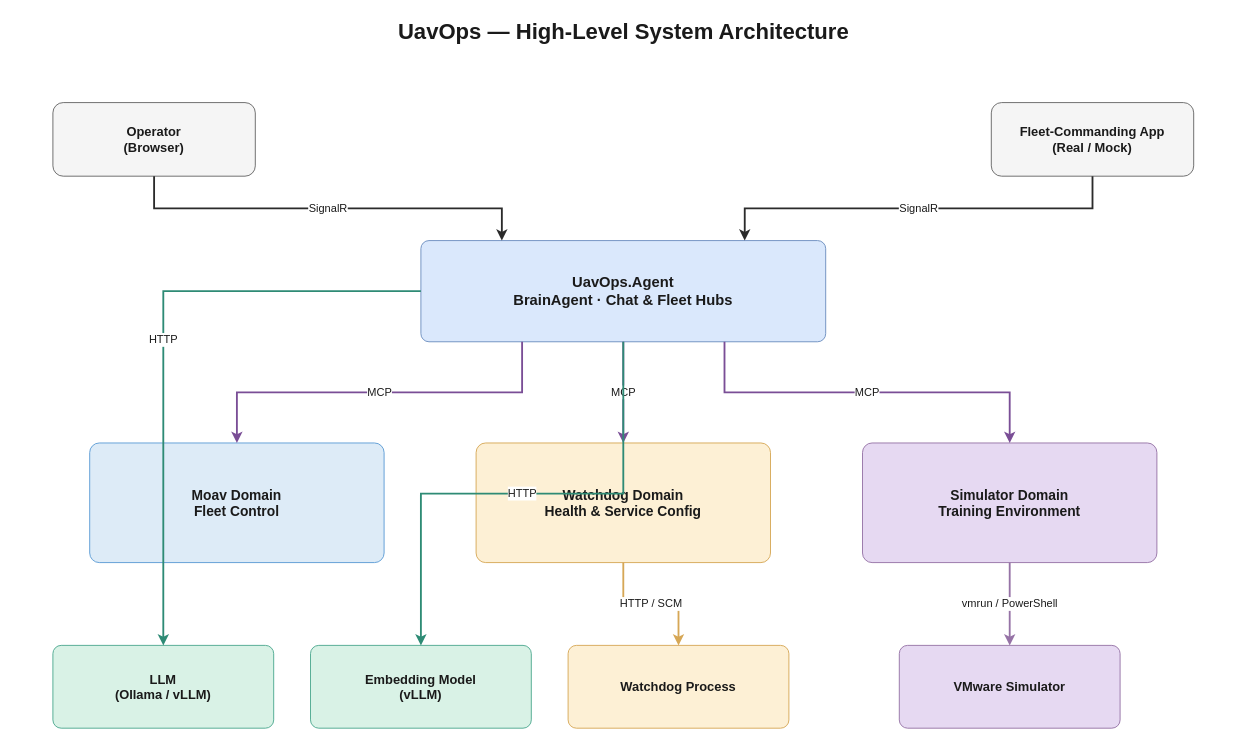
Before: docs/architecture.drawio in David-Mordechai/UavOps, a draw.io diagram. Source tidied: cells renumbered, new cells numbered last; positions are measured from the earlier drawing's top-left corner, leaving out a move shared by most shapes. Both pictures are drawn from the tidied source at 92%, with x=0, y=0 at pixel (16, 16).
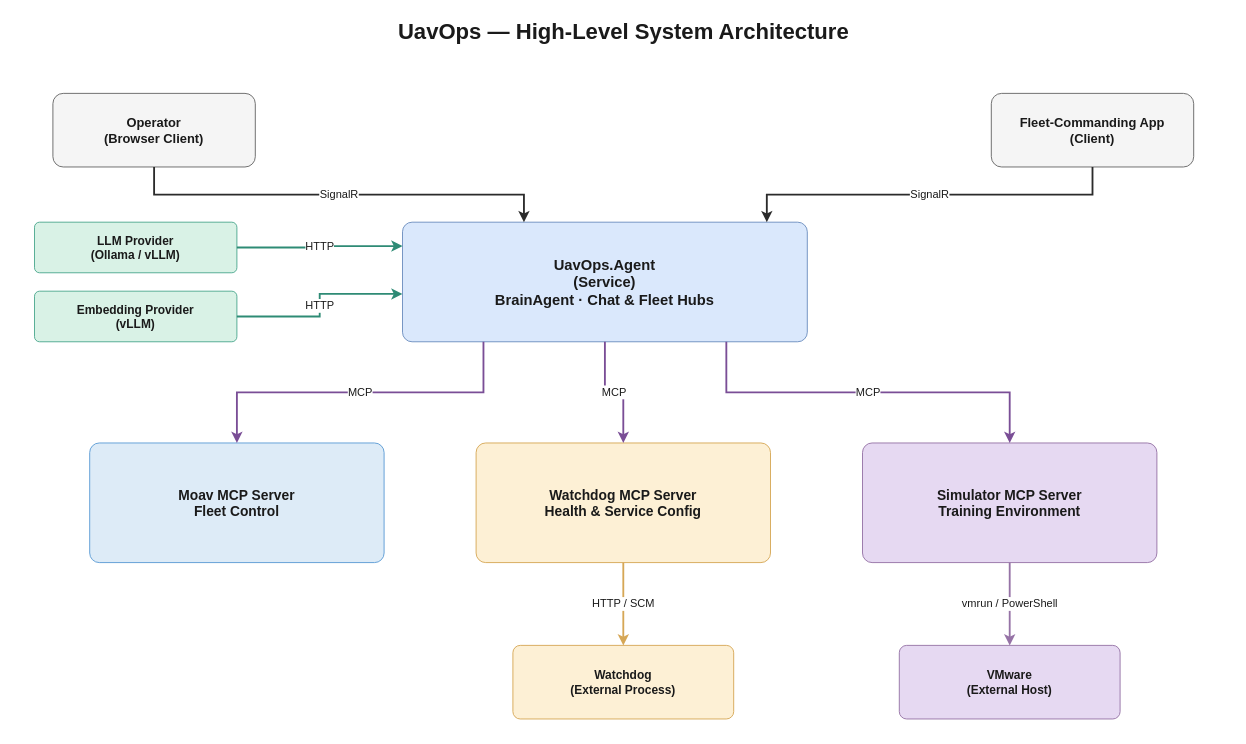
The same page after the edit.

Commit message:
Label components by type and reroute edges to avoid crossing other boxes

- UavOps.Agent now labeled "(Service)"; each domain server now explicitly
  labeled "<Domain> MCP Server" instead of just the domain name.
- Moved the LLM/embedding provider boxes beside the host (own horizontal
  lane) instead of below the MCP-server row, and aligned each external
  system directly under its own MCP server - both changes were needed
  because the previous layout routed edges straight through unrelated
  domain boxes.

What changed in the source:
```diff
@@
-    <mxCell id="3" value="Operator&#10;(Browser)" style="rounded=1;whiteSpace=wrap;html=1;fillColor=light-dark(#F5F5F5,#2B2B2B);strokeColor=light-dark(#666666,#AAAAAA);fontColor=light-dark(#1A1A1A,#F0F0F0);fontSize=14;fontStyle=1;arcSize=14;" parent="1" vertex="1">
-      <mxGeometry x="40" y="94" width="220" height="80" as="geometry" />
+    <mxCell id="3" value="Operator&#10;(Browser Client)" style="rounded=1;whiteSpace=wrap;html=1;fillColor=light-dark(#F5F5F5,#2B2B2B);strokeColor=light-dark(#666666,#AAAAAA);fontColor=light-dark(#1A1A1A,#F0F0F0);fontSize=14;fontStyle=1;arcSize=14;" parent="1" vertex="1">
+      <mxGeometry x="40" y="84" width="220" height="80" as="geometry" />
     </mxCell>
-    <mxCell id="4" value="Fleet-Commanding App&#10;(Real / Mock)" style="rounded=1;whiteSpace=wrap;html=1;fillColor=light-dark(#F5F5F5,#2B2B2B);strokeColor=light-dark(#666666,#AAAAAA);fontColor=light-dark(#1A1A1A,#F0F0F0);fontSize=14;fontStyle=1;arcSize=14;" parent="1" vertex="1">
-      <mxGeometry x="1060" y="94" width="220" height="80" as="geometry" />
+    <mxCell id="4" value="Fleet-Commanding App&#10;(Client)" style="rounded=1;whiteSpace=wrap;html=1;fillColor=light-dark(#F5F5F5,#2B2B2B);strokeColor=light-dark(#666666,#AAAAAA);fontColor=light-dark(#1A1A1A,#F0F0F0);fontSize=14;fontStyle=1;arcSize=14;" parent="1" vertex="1">
+      <mxGeometry x="1060" y="84" width="220" height="80" as="geometry" />
     </mxCell>
+    <mxCell id="9" value="LLM Provider&#10;(Ollama / vLLM)" style="rounded=1;whiteSpace=wrap;html=1;fillColor=light-dark(#D9F2E6,#1F4A3D);strokeColor=light-dark(#4DA88F,#7FD9BE);fontColor=light-dark(#1A1A1A,#F5F5F5);fontSize=13;fontStyle=1;arcSize=10;" parent="1" vertex="1">
+      <mxGeometry x="20" y="224" width="220" height="55" as="geometry" />
+    </mxCell>
+    <mxCell id="10" value="Embedding Provider&#10;(vLLM)" style="rounded=1;whiteSpace=wrap;html=1;fillColor=light-dark(#D9F2E6,#1F4A3D);strokeColor=light-dark(#4DA88F,#7FD9BE);fontColor=light-dark(#1A1A1A,#F5F5F5);fontSize=13;fontStyle=1;arcSize=10;" parent="1" vertex="1">
+      <mxGeometry x="20" y="299" width="220" height="55" as="geometry" />
+    </mxCell>
-    <mxCell id="5" value="UavOps.Agent&#10;BrainAgent  ·  Chat &amp; Fleet Hubs" style="rounded=1;whiteSpace=wrap;html=1;fillColor=light-dark(#DAE8FC,#1F3A5F);strokeColor=light-dark(#6C8EBF,#8FB4E3);fontColor=light-dark(#1A1A1A,#F5F5F5);fontSize=16;fontStyle=1;arcSize=8;" parent="1" vertex="1">
-      <mxGeometry x="440" y="244" width="440" height="110" as="geometry" />
+    <mxCell id="5" value="UavOps.Agent&#10;(Service)&#10;BrainAgent  ·  Chat &amp; Fleet Hubs" style="rounded=1;whiteSpace=wrap;html=1;fillColor=light-dark(#DAE8FC,#1F3A5F);strokeColor=light-dark(#6C8EBF,#8FB4E3);fontColor=light-dark(#1A1A1A,#F5F5F5);fontSize=16;fontStyle=1;arcSize=8;" parent="1" vertex="1">
+      <mxGeometry x="420" y="224" width="440" height="130" as="geometry" />
     </mxCell>
-    <mxCell id="6" value="Moav Domain&#10;Fleet Control" style="rounded=1;whiteSpace=wrap;html=1;fillColor=light-dark(#DDEBF7,#16324A);strokeColor=light-dark(#5B9BD5,#7FB2E5);fontColor=light-dark(#1A1A1A,#F5F5F5);fontSize=15;fontStyle=1;arcSize=8;" parent="1" vertex="1">
+    <mxCell id="6" value="Moav MCP Server&#10;Fleet Control" style="rounded=1;whiteSpace=wrap;html=1;fillColor=light-dark(#DDEBF7,#16324A);strokeColor=light-dark(#5B9BD5,#7FB2E5);fontColor=light-dark(#1A1A1A,#F5F5F5);fontSize=15;fontStyle=1;arcSize=8;" parent="1" vertex="1">
       <mxGeometry x="80" y="464" width="320" height="130" as="geometry" />
     </mxCell>
-    <mxCell id="7" value="Watchdog Domain&#10;Health &amp; Service Config" style="rounded=1;whiteSpace=wrap;html=1;fillColor=light-dark(#FDF0D5,#4A3B1F);strokeColor=light-dark(#D6A756,#E8C077);fontColor=light-dark(#1A1A1A,#F5F5F5);fontSize=15;fontStyle=1;arcSize=8;" parent="1" vertex="1">
+    <mxCell id="7" value="Watchdog MCP Server&#10;Health &amp; Service Config" style="rounded=1;whiteSpace=wrap;html=1;fillColor=light-dark(#FDF0D5,#4A3B1F);strokeColor=light-dark(#D6A756,#E8C077);fontColor=light-dark(#1A1A1A,#F5F5F5);fontSize=15;fontStyle=1;arcSize=8;" parent="1" vertex="1">
       <mxGeometry x="500" y="464" width="320" height="130" as="geometry" />
     </mxCell>
-    <mxCell id="8" value="Simulator Domain&#10;Training Environment" style="rounded=1;whiteSpace=wrap;html=1;fillColor=light-dark(#E6D9F2,#3B2A55);strokeColor=light-dark(#9673A6,#C6A8DE);fontColor=light-dark(#1A1A1A,#F5F5F5);fontSize=15;fontStyle=1;arcSize=8;" parent="1" vertex="1">
+    <mxCell id="8" value="Simulator MCP Server&#10;Training Environment" style="rounded=1;whiteSpace=wrap;html=1;fillColor=light-dark(#E6D9F2,#3B2A55);strokeColor=light-dark(#9673A6,#C6A8DE);fontColor=light-dark(#1A1A1A,#F5F5F5);fontSize=15;fontStyle=1;arcSize=8;" parent="1" vertex="1">
       <mxGeometry x="920" y="464" width="320" height="130" as="geometry" />
     </mxCell>
-    <mxCell id="9" value="LLM&#10;(Ollama / vLLM)" style="rounded=1;whiteSpace=wrap;html=1;fillColor=light-dark(#D9F2E6,#1F4A3D);strokeColor=light-dark(#4DA88F,#7FD9BE);fontColor=light-dark(#1A1A1A,#F5F5F5);fontSize=14;fontStyle=1;arcSize=10;" parent="1" vertex="1">
-      <mxGeometry x="40" y="684" width="240" height="90" as="geometry" />
-    </mxCell>
-    <mxCell id="10" value="Embedding Model&#10;(vLLM)" style="rounded=1;whiteSpace=wrap;html=1;fillColor=light-dark(#D9F2E6,#1F4A3D);strokeColor=light-dark(#4DA88F,#7FD9BE);fontColor=light-dark(#1A1A1A,#F5F5F5);fontSize=14;fontStyle=1;arcSize=10;" parent="1" vertex="1">
-      <mxGeometry x="320" y="684" width="240" height="90" as="geometry" />
-    </mxCell>
-    <mxCell id="11" value="Watchdog Process" style="rounded=1;whiteSpace=wrap;html=1;fillColor=light-dark(#FDF0D5,#4A3B1F);strokeColor=light-dark(#D6A756,#E8C077);fontColor=light-dark(#1A1A1A,#F5F5F5);fontSize=14;fontStyle=1;arcSize=10;" parent="1" vertex="1">
-      <mxGeometry x="600" y="684" width="240" height="90" as="geometry" />
+    <mxCell id="11" value="Watchdog&#10;(External Process)" style="rounded=1;whiteSpace=wrap;html=1;fillColor=light-dark(#FDF0D5,#4A3B1F);strokeColor=light-dark(#D6A756,#E8C077);fontColor=light-dark(#1A1A1A,#F5F5F5);fontSize=13;fontStyle=1;arcSize=10;" parent="1" vertex="1">
+      <mxGeometry x="540" y="684" width="240" height="80" as="geometry" />
     </mxCell>
-    <mxCell id="12" value="VMware Simulator" style="rounded=1;whiteSpace=wrap;html=1;fillColor=light-dark(#E6D9F2,#3B2A55);strokeColor=light-dark(#9673A6,#C6A8DE);fontColor=light-dark(#1A1A1A,#F5F5F5);fontSize=14;fontStyle=1;arcSize=10;" parent="1" vertex="1">
-      <mxGeometry x="960" y="684" width="240" height="90" as="geometry" />
+    <mxCell id="12" value="VMware&#10;(External Host)" style="rounded=1;whiteSpace=wrap;html=1;fillColor=light-dark(#E6D9F2,#3B2A55);strokeColor=light-dark(#9673A6,#C6A8DE);fontColor=light-dark(#1A1A1A,#F5F5F5);fontSize=13;fontStyle=1;arcSize=10;" parent="1" vertex="1">
+      <mxGeometry x="960" y="684" width="240" height="80" as="geometry" />
     </mxCell>
-    <mxCell id="13" value="SignalR" style="edgeStyle=orthogonalEdgeStyle;rounded=0;html=1;strokeColor=light-dark(#2B2B2B,#E0E0E0);strokeWidth=2;fontColor=light-dark(#1A1A1A,#F5F5F5);fontSize=12;exitX=0.5;exitY=1;entryX=0.2;entryY=0;" parent="1" edge="1" source="3" target="5">
+    <mxCell id="13" value="SignalR" style="edgeStyle=orthogonalEdgeStyle;rounded=0;html=1;strokeColor=light-dark(#2B2B2B,#E0E0E0);strokeWidth=2;fontColor=light-dark(#1A1A1A,#F5F5F5);fontSize=12;exitX=0.5;exitY=1;entryX=0.3;entryY=0;" parent="1" edge="1" source="3" target="5">
       <mxGeometry relative="1" as="geometry" />
     </mxCell>
-    <mxCell id="14" value="SignalR" style="edgeStyle=orthogonalEdgeStyle;rounded=0;html=1;strokeColor=light-dark(#2B2B2B,#E0E0E0);strokeWidth=2;fontColor=light-dark(#1A1A1A,#F5F5F5);fontSize=12;exitX=0.5;exitY=1;entryX=0.8;entryY=0;" parent="1" edge="1" source="4" target="5">
+    <mxCell id="14" value="SignalR" style="edgeStyle=orthogonalEdgeStyle;rounded=0;html=1;strokeColor=light-dark(#2B2B2B,#E0E0E0);strokeWidth=2;fontColor=light-dark(#1A1A1A,#F5F5F5);fontSize=12;exitX=0.5;exitY=1;entryX=0.9;entryY=0;" parent="1" edge="1" source="4" target="5">
       <mxGeometry relative="1" as="geometry" />
     </mxCell>
+    <mxCell id="18" value="HTTP" style="edgeStyle=orthogonalEdgeStyle;rounded=0;html=1;strokeColor=light-dark(#2E8B75,#7FD9BE);strokeWidth=2;fontColor=light-dark(#1A1A1A,#F5F5F5);fontSize=12;exitX=1;exitY=0.5;entryX=0;entryY=0.2;" parent="1" edge="1" source="9" target="5">
+      <mxGeometry relative="1" as="geometry" />
+    </mxCell>
+    <mxCell id="19" value="HTTP" style="edgeStyle=orthogonalEdgeStyle;rounded=0;html=1;strokeColor=light-dark(#2E8B75,#7FD9BE);strokeWidth=2;fontColor=light-dark(#1A1A1A,#F5F5F5);fontSize=12;exitX=1;exitY=0.5;entryX=0;entryY=0.6;" parent="1" edge="1" source="10" target="5">
+      <mxGeometry relative="1" as="geometry" />
+    </mxCell>
-    <mxCell id="15" value="MCP" style="edgeStyle=orthogonalEdgeStyle;rounded=0;html=1;strokeColor=light-dark(#7A4E96,#C6A8DE);strokeWidth=2;fontColor=light-dark(#1A1A1A,#F5F5F5);fontSize=12;exitX=0.25;exitY=1;entryX=0.5;entryY=0;" parent="1" edge="1" source="5" target="6">
+    <mxCell id="15" value="MCP" style="edgeStyle=orthogonalEdgeStyle;rounded=0;html=1;strokeColor=light-dark(#7A4E96,#C6A8DE);strokeWidth=2;fontColor=light-dark(#1A1A1A,#F5F5F5);fontSize=12;exitX=0.2;exitY=1;entryX=0.5;entryY=0;" parent="1" edge="1" source="5" target="6">
       <mxGeometry relative="1" as="geometry" />
     </mxCell>
@@
-    <mxCell id="17" value="MCP" style="edgeStyle=orthogonalEdgeStyle;rounded=0;html=1;strokeColor=light-dark(#7A4E96,#C6A8DE);strokeWidth=2;fontColor=light-dark(#1A1A1A,#F5F5F5);fontSize=12;exitX=0.75;exitY=1;entryX=0.5;entryY=0;" parent="1" edge="1" source="5" target="8">
+    <mxCell id="17" value="MCP" style="edgeStyle=orthogonalEdgeStyle;rounded=0;html=1;strokeColor=light-dark(#7A4E96,#C6A8DE);strokeWidth=2;fontColor=light-dark(#1A1A1A,#F5F5F5);fontSize=12;exitX=0.8;exitY=1;entryX=0.5;entryY=0;" parent="1" edge="1" source="5" target="8">
       <mxGeometry relative="1" as="geometry" />
     </mxCell>
-    <mxCell id="18" value="HTTP" style="edgeStyle=orthogonalEdgeStyle;rounded=0;html=1;strokeColor=light-dark(#2E8B75,#7FD9BE);strokeWidth=2;fontColor=light-dark(#1A1A1A,#F5F5F5);fontSize=12;" parent="1" edge="1" source="5" target="9">
-      <mxGeometry relative="1" as="geometry" />
-    </mxCell>
-    <mxCell id="19" value="HTTP" style="edgeStyle=orthogonalEdgeStyle;rounded=0;html=1;strokeColor=light-dark(#2E8B75,#7FD9BE);strokeWidth=2;fontColor=light-dark(#1A1A1A,#F5F5F5);fontSize=12;" parent="1" edge="1" source="5" target="10">
-      <mxGeometry relative="1" as="geometry" />
-    </mxCell>
-    <mxCell id="20" value="HTTP / SCM" style="edgeStyle=orthogonalEdgeStyle;rounded=0;html=1;strokeColor=light-dark(#D6A756,#E8C077);strokeWidth=2;fontColor=light-dark(#1A1A1A,#F5F5F5);fontSize=12;" parent="1" edge="1" source="7" target="11">
+    <mxCell id="20" value="HTTP / SCM" style="edgeStyle=orthogonalEdgeStyle;rounded=0;html=1;strokeColor=light-dark(#D6A756,#E8C077);strokeWidth=2;fontColor=light-dark(#1A1A1A,#F5F5F5);fontSize=12;exitX=0.5;exitY=1;entryX=0.5;entryY=0;" parent="1" edge="1" source="7" target="11">
       <mxGeometry relative="1" as="geometry" />
     </mxCell>
-    <mxCell id="21" value="vmrun / PowerShell" style="edgeStyle=orthogonalEdgeStyle;rounded=0;html=1;strokeColor=light-dark(#9673A6,#C6A8DE);strokeWidth=2;fontColor=light-dark(#1A1A1A,#F5F5F5);fontSize=12;" parent="1" edge="1" source="8" target="12">
+    <mxCell id="21" value="vmrun / PowerShell" style="edgeStyle=orthogonalEdgeStyle;rounded=0;html=1;strokeColor=light-dark(#9673A6,#C6A8DE);strokeWidth=2;fontColor=light-dark(#1A1A1A,#F5F5F5);fontSize=12;exitX=0.5;exitY=1;entryX=0.5;entryY=0;" parent="1" edge="1" source="8" target="12">
       <mxGeometry relative="1" as="geometry" />
     </mxCell>
```
